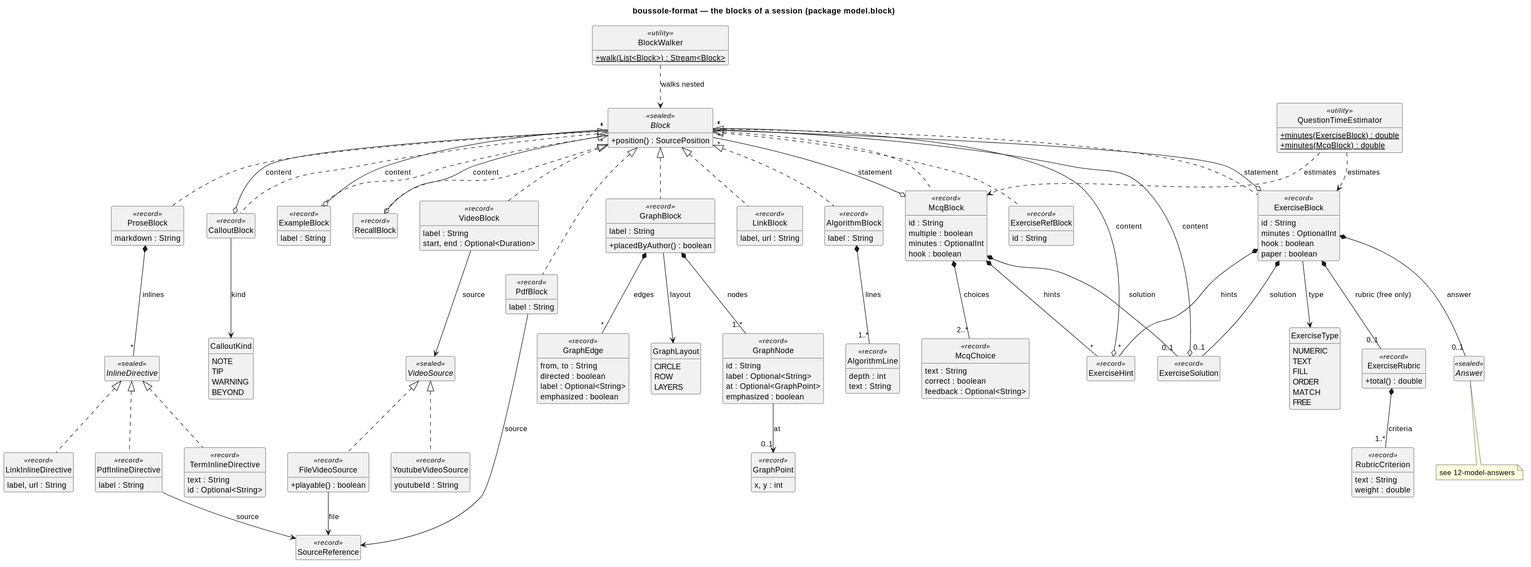
Before: docs/diagrams/11-model-blocks.svg, a diagram exported from PlantUML (lucasssoh/Boussole).
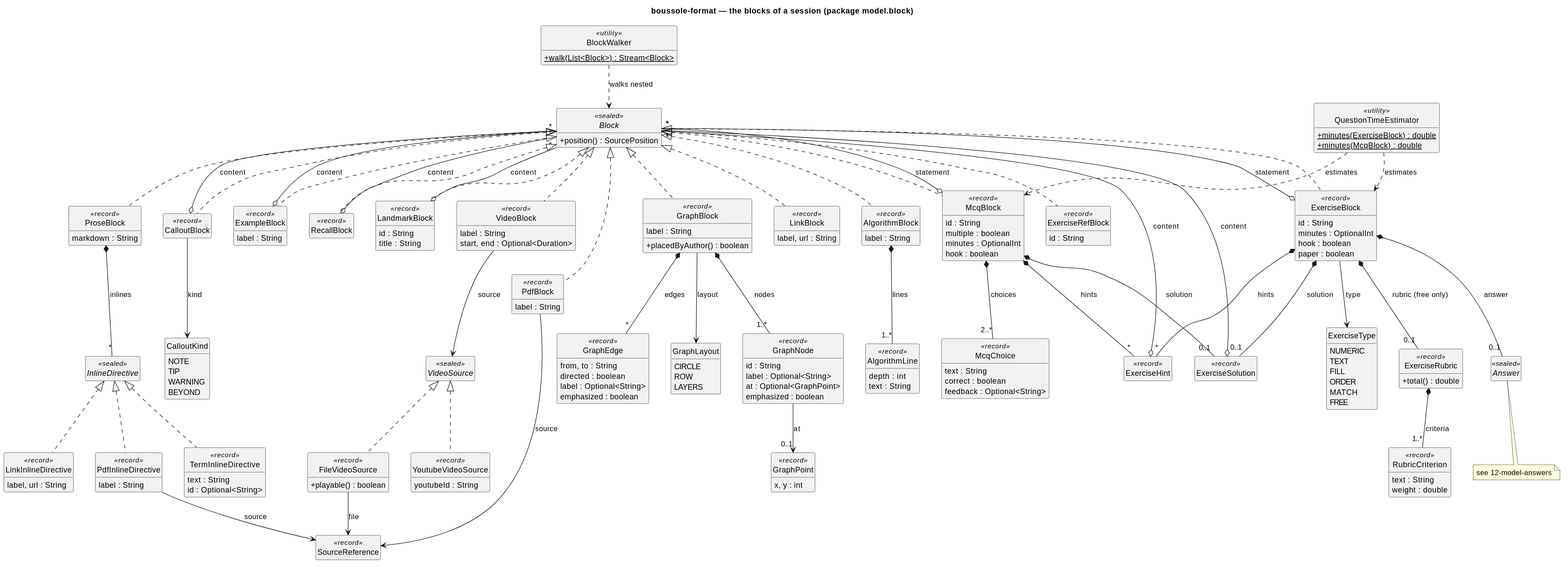
Above is the later version.

What changed in the source:
```diff
@@ -28,6 +28,10 @@
   label : String
 }
 class RecallBlock <<record>>
+class LandmarkBlock <<record>> {
+  id : String
+  title : String
+}
 class CalloutBlock <<record>>
 enum CalloutKind {
   NOTE
@@ -134,6 +138,7 @@
 Block <|.. ProseBlock
 Block <|.. ExampleBlock
 Block <|.. RecallBlock
+Block <|.. LandmarkBlock
 Block <|.. CalloutBlock
 Block <|.. VideoBlock
 VideoBlock --> VideoSource : source
@@ -162,6 +167,7 @@
 
 ExampleBlock o-- "*" Block : content
 RecallBlock o-- "*" Block : content
+LandmarkBlock o-- "*" Block : content
 CalloutBlock o-- "*" Block : content
 CalloutBlock --> CalloutKind : kind
 
```
